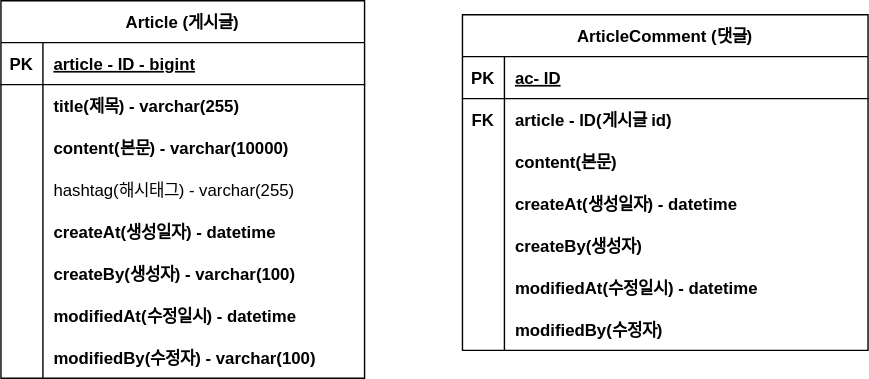
This is document/ERD.svg from DevToddler/project-board1, a draw.io export, as it was before one commit. Source tidied: cells renumbered, new cells last; positions are measured from the earlier drawing's top-left corner, leaving out a move shared by most shapes.
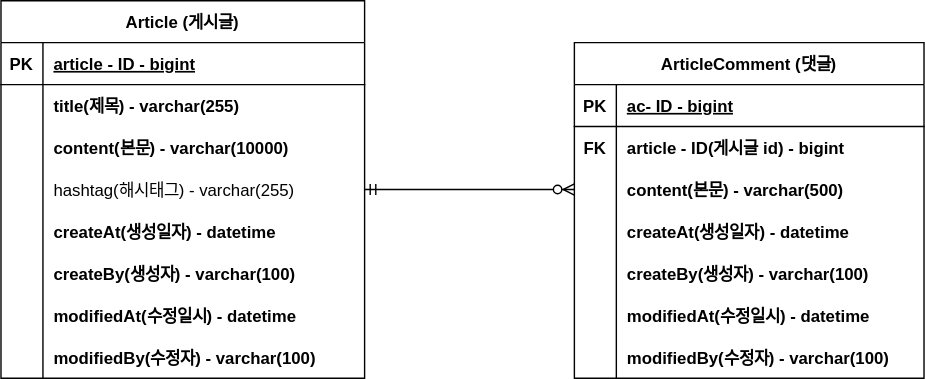
Above is the later version.

Change to the diagram source:
```diff
@@ -3,7 +3,7 @@
     <mxCell id="0" />
     <mxCell id="1" parent="0" />
     <mxCell id="2" value="Article (게시글)" style="shape=table;startSize=30;rowLines=0;fontStyle=1;align=center;" parent="1" vertex="1">
-      <mxGeometry width="260" height="270" as="geometry" />
+      <mxGeometry x="-60" y="-5" width="260" height="270" as="geometry" />
     </mxCell>
     <mxCell id="3" style="shape=tableRow;horizontal=0;startSize=0;swimlaneHead=0;swimlaneBody=0;fillColor=none;top=0;left=0;right=0;bottom=1;" parent="2" vertex="1">
       <mxGeometry y="30" width="260" height="30" as="geometry" />
@@ -78,70 +78,73 @@
       <mxGeometry x="30" width="230" height="30" as="geometry" />
     </mxCell>
     <mxCell id="27" value="ArticleComment (댓글)" style="shape=table;startSize=30;rowLines=0;fontStyle=1;align=center;" parent="1" vertex="1">
-      <mxGeometry x="330" y="10" width="290" height="240" as="geometry" />
+      <mxGeometry x="350" y="25" width="250" height="240" as="geometry" />
     </mxCell>
     <mxCell id="28" style="shape=tableRow;horizontal=0;startSize=0;swimlaneHead=0;swimlaneBody=0;fillColor=none;top=0;left=0;right=0;bottom=1;" parent="27" vertex="1">
-      <mxGeometry y="30" width="290" height="30" as="geometry" />
+      <mxGeometry y="30" width="250" height="30" as="geometry" />
     </mxCell>
     <mxCell id="29" value="PK" style="shape=partialRectangle;fillColor=none;top=0;left=0;bottom=0;right=0;fontStyle=1;overflow=hidden;" parent="28" vertex="1">
       <mxGeometry width="30" height="30" as="geometry" />
     </mxCell>
-    <mxCell id="30" value="ac- ID" style="shape=partialRectangle;fillColor=none;top=0;left=0;bottom=0;right=0;align=left;spacingLeft=6;fontStyle=5;overflow=hidden;" parent="28" vertex="1">
-      <mxGeometry x="30" width="260" height="30" as="geometry" />
+    <mxCell id="30" value="ac- ID - bigint" style="shape=partialRectangle;fillColor=none;top=0;left=0;bottom=0;right=0;align=left;spacingLeft=6;fontStyle=5;overflow=hidden;" parent="28" vertex="1">
+      <mxGeometry x="30" width="220" height="30" as="geometry" />
     </mxCell>
     <mxCell id="31" style="shape=tableRow;horizontal=0;startSize=0;swimlaneHead=0;swimlaneBody=0;fillColor=none;top=0;left=0;right=0;bottom=0;" parent="27" vertex="1">
-      <mxGeometry y="60" width="290" height="30" as="geometry" />
+      <mxGeometry y="60" width="250" height="30" as="geometry" />
     </mxCell>
     <mxCell id="32" value="FK" style="shape=partialRectangle;fillColor=none;top=0;left=0;bottom=0;right=0;overflow=hidden;fontStyle=1;" parent="31" vertex="1">
       <mxGeometry width="30" height="30" as="geometry" />
     </mxCell>
-    <mxCell id="33" value="article - ID(게시글 id)" style="shape=partialRectangle;fillColor=none;top=0;left=0;bottom=0;right=0;align=left;spacingLeft=6;overflow=hidden;fontStyle=1;" parent="31" vertex="1">
-      <mxGeometry x="30" width="260" height="30" as="geometry" />
+    <mxCell id="33" value="article - ID(게시글 id) - bigint" style="shape=partialRectangle;fillColor=none;top=0;left=0;bottom=0;right=0;align=left;spacingLeft=6;overflow=hidden;fontStyle=1;" parent="31" vertex="1">
+      <mxGeometry x="30" width="220" height="30" as="geometry" />
     </mxCell>
     <mxCell id="34" style="shape=tableRow;horizontal=0;startSize=0;swimlaneHead=0;swimlaneBody=0;fillColor=none;points=[[0,0.5],[1,0.5]];portConstraint=eastwest;top=0;left=0;right=0;bottom=0;" parent="27" vertex="1">
-      <mxGeometry y="90" width="290" height="30" as="geometry" />
+      <mxGeometry y="90" width="250" height="30" as="geometry" />
     </mxCell>
     <mxCell id="35" style="shape=partialRectangle;fillColor=none;top=0;left=0;bottom=0;right=0;overflow=hidden;" parent="34" vertex="1">
       <mxGeometry width="30" height="30" as="geometry" />
     </mxCell>
-    <mxCell id="36" value="content(본문)" style="shape=partialRectangle;fillColor=none;top=0;left=0;bottom=0;right=0;align=left;spacingLeft=6;overflow=hidden;fontStyle=1;" parent="34" vertex="1">
-      <mxGeometry x="30" width="260" height="30" as="geometry" />
+    <mxCell id="36" value="content(본문) - varchar(500)" style="shape=partialRectangle;fillColor=none;top=0;left=0;bottom=0;right=0;align=left;spacingLeft=6;overflow=hidden;fontStyle=1;" parent="34" vertex="1">
+      <mxGeometry x="30" width="220" height="30" as="geometry" />
     </mxCell>
     <mxCell id="37" style="shape=tableRow;horizontal=0;startSize=0;swimlaneHead=0;swimlaneBody=0;fillColor=none;top=0;left=0;right=0;bottom=0;" parent="27" vertex="1">
-      <mxGeometry y="120" width="290" height="30" as="geometry" />
+      <mxGeometry y="120" width="250" height="30" as="geometry" />
     </mxCell>
     <mxCell id="38" style="shape=partialRectangle;fillColor=none;top=0;left=0;bottom=0;right=0;overflow=hidden;" parent="37" vertex="1">
       <mxGeometry width="30" height="30" as="geometry" />
     </mxCell>
     <mxCell id="39" value="createAt(생성일자) - datetime" style="shape=partialRectangle;fillColor=none;top=0;left=0;bottom=0;right=0;align=left;spacingLeft=6;overflow=hidden;fontStyle=1;" parent="37" vertex="1">
-      <mxGeometry x="30" width="260" height="30" as="geometry" />
+      <mxGeometry x="30" width="220" height="30" as="geometry" />
     </mxCell>
     <mxCell id="40" style="shape=tableRow;horizontal=0;startSize=0;swimlaneHead=0;swimlaneBody=0;fillColor=none;top=0;left=0;right=0;bottom=0;" parent="27" vertex="1">
-      <mxGeometry y="150" width="290" height="30" as="geometry" />
+      <mxGeometry y="150" width="250" height="30" as="geometry" />
     </mxCell>
     <mxCell id="41" style="shape=partialRectangle;fillColor=none;top=0;left=0;bottom=0;right=0;overflow=hidden;" parent="40" vertex="1">
       <mxGeometry width="30" height="30" as="geometry" />
     </mxCell>
-    <mxCell id="42" value="createBy(생성자)" style="shape=partialRectangle;fillColor=none;top=0;left=0;bottom=0;right=0;align=left;spacingLeft=6;overflow=hidden;fontStyle=1;" parent="40" vertex="1">
-      <mxGeometry x="30" width="260" height="30" as="geometry" />
+    <mxCell id="42" value="createBy(생성자) - varchar(100)" style="shape=partialRectangle;fillColor=none;top=0;left=0;bottom=0;right=0;align=left;spacingLeft=6;overflow=hidden;fontStyle=1;" parent="40" vertex="1">
+      <mxGeometry x="30" width="220" height="30" as="geometry" />
     </mxCell>
     <mxCell id="43" style="shape=tableRow;horizontal=0;startSize=0;swimlaneHead=0;swimlaneBody=0;fillColor=none;top=0;left=0;right=0;bottom=0;" parent="27" vertex="1">
-      <mxGeometry y="180" width="290" height="30" as="geometry" />
+      <mxGeometry y="180" width="250" height="30" as="geometry" />
     </mxCell>
     <mxCell id="44" style="shape=partialRectangle;fillColor=none;top=0;left=0;bottom=0;right=0;overflow=hidden;" parent="43" vertex="1">
       <mxGeometry width="30" height="30" as="geometry" />
     </mxCell>
     <mxCell id="45" value="modifiedAt(수정일시) - datetime" style="shape=partialRectangle;fillColor=none;top=0;left=0;bottom=0;right=0;align=left;spacingLeft=6;overflow=hidden;fontStyle=1;" parent="43" vertex="1">
-      <mxGeometry x="30" width="260" height="30" as="geometry" />
+      <mxGeometry x="30" width="220" height="30" as="geometry" />
     </mxCell>
     <mxCell id="46" style="shape=tableRow;horizontal=0;startSize=0;swimlaneHead=0;swimlaneBody=0;fillColor=none;top=0;left=0;right=0;bottom=0;" parent="27" vertex="1">
-      <mxGeometry y="210" width="290" height="30" as="geometry" />
+      <mxGeometry y="210" width="250" height="30" as="geometry" />
     </mxCell>
     <mxCell id="47" style="shape=partialRectangle;fillColor=none;top=0;left=0;bottom=0;right=0;overflow=hidden;" parent="46" vertex="1">
       <mxGeometry width="30" height="30" as="geometry" />
     </mxCell>
-    <mxCell id="48" value="modifiedBy(수정자)" style="shape=partialRectangle;fillColor=none;top=0;left=0;bottom=0;right=0;align=left;spacingLeft=6;overflow=hidden;fontStyle=1;" parent="46" vertex="1">
-      <mxGeometry x="30" width="260" height="30" as="geometry" />
+    <mxCell id="48" value="modifiedBy(수정자) - varchar(100)" style="shape=partialRectangle;fillColor=none;top=0;left=0;bottom=0;right=0;align=left;spacingLeft=6;overflow=hidden;fontStyle=1;" parent="46" vertex="1">
+      <mxGeometry x="30" width="220" height="30" as="geometry" />
     </mxCell>
+    <mxCell id="49" style="edgeStyle=entityRelationEdgeStyle;fontSize=12;html=1;endArrow=ERzeroToMany;startArrow=ERmandOne;rounded=0;entryX=0;entryY=0.5;entryDx=0;entryDy=0;exitX=1;exitY=0.5;exitDx=0;exitDy=0;" parent="1" edge="1" source="12" target="34">
+      <mxGeometry relative="1" as="geometry" />
+    </mxCell>
   </root>
 </mxGraphModel>
```
